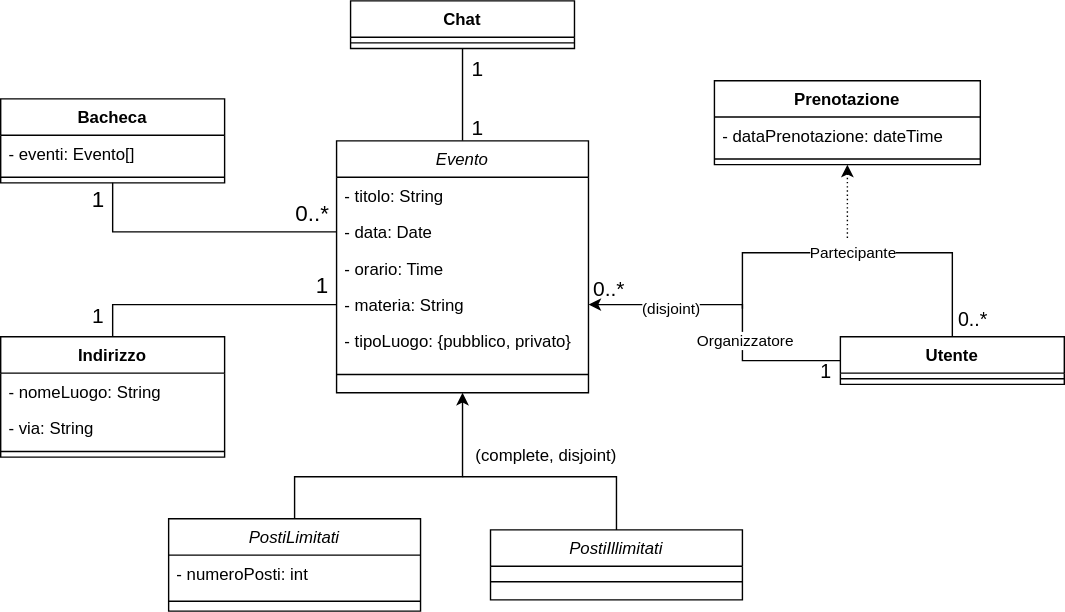
This is ModelliDominioDrawio/Evento.svg from federicoporpora/studyLink, a draw.io export, as it was before one commit. Source tidied: cells renumbered, new cells last; positions are measured from the earlier drawing's top-left corner, leaving out a move shared by most shapes.
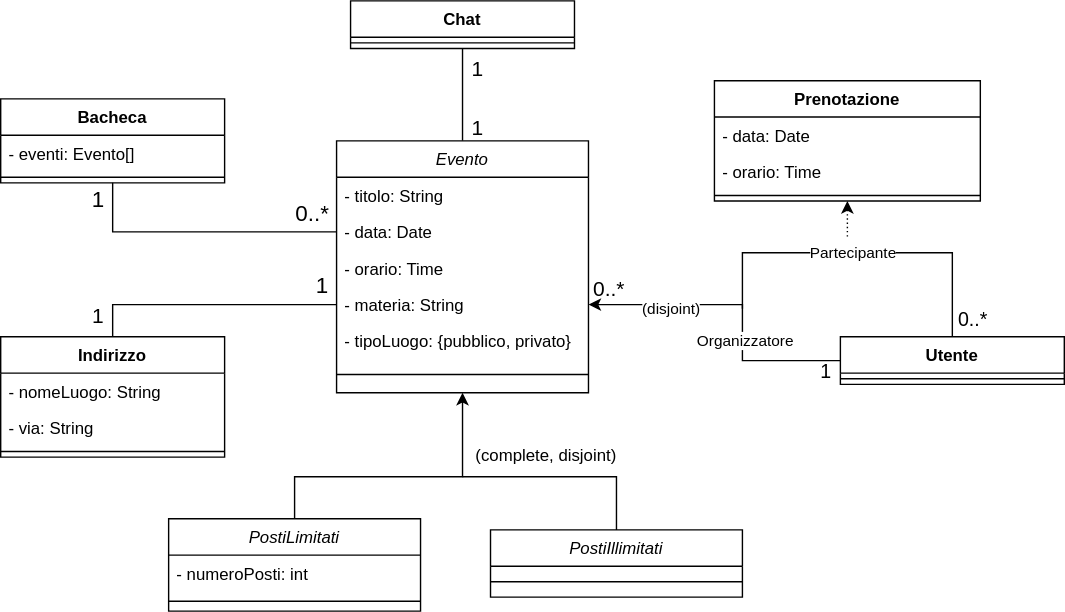
The same diagram one commit later.

Commit message:
aggiornamento utente-evento

What changed in the source:
```diff
@@ -88,13 +88,16 @@
       </mxGeometry>
     </mxCell>
     <mxCell id="25" value="&lt;font style=&quot;color: light-dark(rgb(0, 0, 0), rgb(255, 255, 255));&quot;&gt;Prenotazione&lt;/font&gt;" style="swimlane;fontStyle=1;align=center;verticalAlign=top;horizontal=1;startSize=26;whiteSpace=wrap;html=1;fontColor=light-dark(#000000,#FF0000);" parent="1" vertex="1">
-      <mxGeometry x="510" y="57" width="190" height="60" as="geometry" />
+      <mxGeometry x="510" y="57" width="190" height="86" as="geometry" />
     </mxCell>
-    <mxCell id="26" value="- dataPrenotazione: dateTime" style="text;strokeColor=none;fillColor=none;align=left;verticalAlign=top;spacingLeft=4;spacingRight=4;overflow=hidden;whiteSpace=wrap;html=1;" parent="25" vertex="1">
+    <mxCell id="26" value="- data: Date" style="text;strokeColor=none;fillColor=none;align=left;verticalAlign=top;spacingLeft=4;spacingRight=4;overflow=hidden;whiteSpace=wrap;html=1;" parent="25" vertex="1">
       <mxGeometry y="26" width="190" height="26" as="geometry" />
     </mxCell>
+    <mxCell id="49" value="- orario: Time" style="text;align=left;verticalAlign=top;spacingLeft=4;spacingRight=4;overflow=hidden;rounded=0;shadow=0;html=0;" parent="25" vertex="1">
+      <mxGeometry y="52" width="190" height="26" as="geometry" />
+    </mxCell>
     <mxCell id="27" style="line;strokeWidth=1;fillColor=none;align=left;verticalAlign=middle;spacingTop=-1;spacingLeft=3;spacingRight=3;labelPosition=right;strokeColor=inherit;" parent="25" vertex="1">
-      <mxGeometry y="52" width="190" height="8" as="geometry" />
+      <mxGeometry y="78" width="190" height="8" as="geometry" />
     </mxCell>
     <mxCell id="28" value="Chat" style="swimlane;fontStyle=1;align=center;verticalAlign=top;horizontal=1;startSize=26;whiteSpace=wrap;html=1;" parent="1" vertex="1">
       <mxGeometry x="250" width="160" height="34" as="geometry" />
@@ -103,7 +106,7 @@
       <mxGeometry y="26" width="160" height="8" as="geometry" />
     </mxCell>
     <mxCell id="30" value="PostiIllimitati" style="swimlane;fontStyle=2;align=center;verticalAlign=top;horizontal=1;startSize=26;rounded=0;shadow=0;strokeWidth=1;" parent="1" vertex="1">
-      <mxGeometry x="350" y="378" width="180" height="50" as="geometry" />
+      <mxGeometry x="350" y="378" width="180" height="48" as="geometry" />
     </mxCell>
     <mxCell id="31" style="line;html=1;strokeWidth=1;align=left;verticalAlign=middle;spacingTop=-1;spacingLeft=3;spacingRight=3;labelPosition=right;" parent="30" vertex="1">
       <mxGeometry y="26" width="180" height="22" as="geometry" />
```
